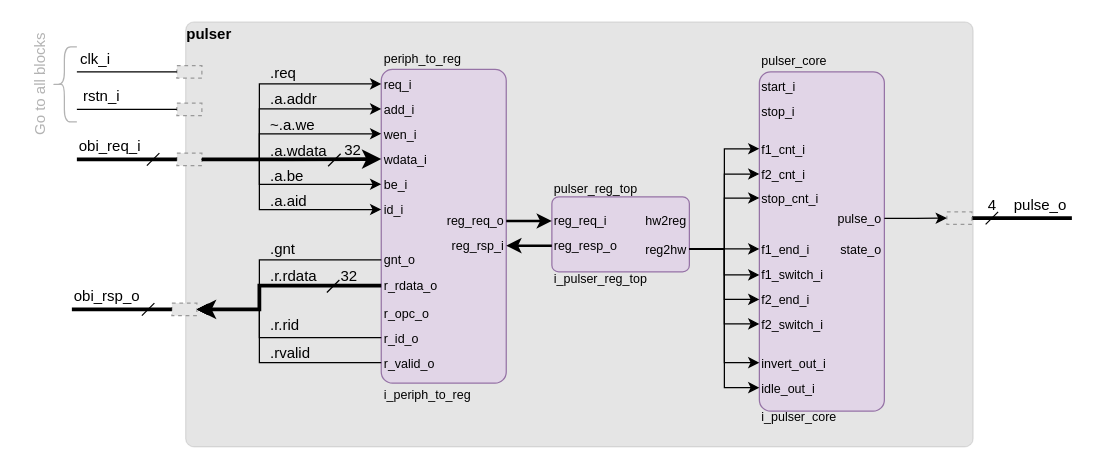
This is doc/bd_single_pulser.drawio from nicoca20/pulser, a draw.io file, before an edit. Source tidied: cells renumbered, new cells numbered last; positions are measured from the earlier drawing's top-left corner, leaving out a move shared by most shapes. Both pictures are drawn from the tidied source at 125%, with x=0, y=0 at pixel (-16, 21). Pictures stored in the file or linked from it are replaced by grey dashed boxes.
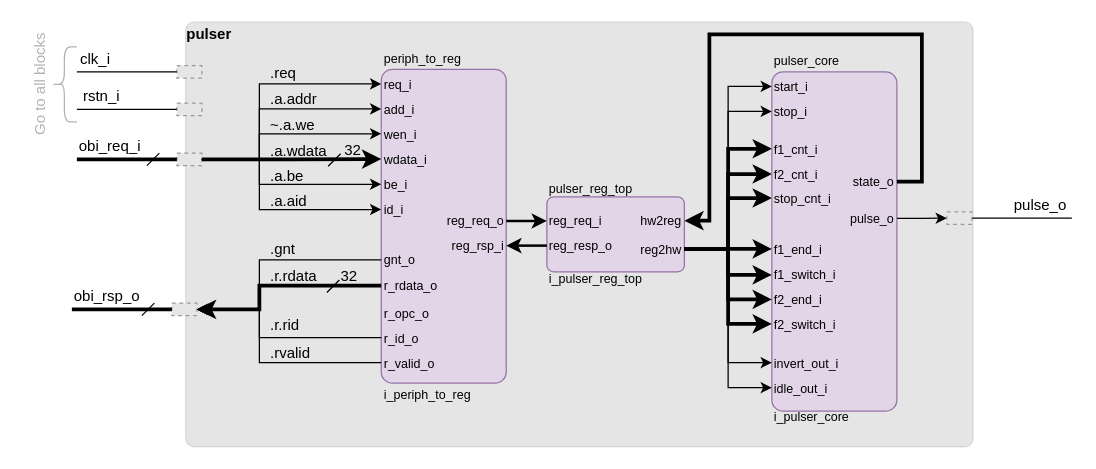
Above is the later version.

Unchanged cells that the change refers to:
```xml
<mxCell id="13" style="group;" parent="1" vertex="1">
  <mxGeometry x="770" y="132" width="100" height="30" as="geometry" />
</mxCell>
<mxCell id="31" value="&lt;font style=&quot;font-size: 10px;&quot;&gt;reg2hw&lt;/font&gt;" style="text;html=1;strokeColor=none;fillColor=none;align=right;verticalAlign=middle;whiteSpace=wrap;rounded=0;" parent="27" vertex="1">
  <mxGeometry x="79.2" y="46.6" width="30.8" height="10" as="geometry" />
</mxCell>
<mxCell id="34" value="&lt;font style=&quot;font-size: 10px;&quot;&gt;hw2reg&lt;/font&gt;" style="text;html=1;strokeColor=none;fillColor=none;align=right;verticalAlign=middle;whiteSpace=wrap;rounded=0;" parent="27" vertex="1">
  <mxGeometry x="64.6" y="24" width="45.4" height="10" as="geometry" />
</mxCell>
<mxCell id="87" value="&lt;font style=&quot;font-size: 10px;&quot;&gt;start_i&lt;/font&gt;" style="text;html=1;strokeColor=none;fillColor=none;align=left;verticalAlign=middle;whiteSpace=wrap;rounded=0;" parent="83" vertex="1">
  <mxGeometry y="24" width="60" height="13.2" as="geometry" />
</mxCell>
<mxCell id="88" value="&lt;font style=&quot;font-size: 10px;&quot;&gt;stop_i&lt;/font&gt;" style="text;html=1;strokeColor=none;fillColor=none;align=left;verticalAlign=middle;whiteSpace=wrap;rounded=0;" parent="83" vertex="1">
  <mxGeometry y="44" width="60" height="13.2" as="geometry" />
</mxCell>
<mxCell id="89" value="&lt;font style=&quot;font-size: 10px;&quot;&gt;f1_cnt_i&lt;/font&gt;" style="text;html=1;strokeColor=none;fillColor=none;align=left;verticalAlign=middle;whiteSpace=wrap;rounded=0;" parent="83" vertex="1">
  <mxGeometry y="73.9" width="60" height="13.2" as="geometry" />
</mxCell>
<mxCell id="90" value="&lt;font style=&quot;font-size: 10px;&quot;&gt;f2_cnt_i&lt;/font&gt;" style="text;html=1;strokeColor=none;fillColor=none;align=left;verticalAlign=middle;whiteSpace=wrap;rounded=0;" parent="83" vertex="1">
  <mxGeometry y="94.1" width="60" height="13.2" as="geometry" />
</mxCell>
<mxCell id="91" value="&lt;font style=&quot;font-size: 10px;&quot;&gt;stop_cnt_i&lt;/font&gt;" style="text;html=1;strokeColor=none;fillColor=none;align=left;verticalAlign=middle;whiteSpace=wrap;rounded=0;" parent="83" vertex="1">
  <mxGeometry y="113.3" width="60" height="13.2" as="geometry" />
</mxCell>
<mxCell id="92" value="&lt;font style=&quot;font-size: 10px;&quot;&gt;f1_end_i&lt;/font&gt;" style="text;html=1;strokeColor=none;fillColor=none;align=left;verticalAlign=middle;whiteSpace=wrap;rounded=0;" parent="83" vertex="1">
  <mxGeometry y="154" width="60" height="13.2" as="geometry" />
</mxCell>
<mxCell id="93" value="&lt;font style=&quot;font-size: 10px;&quot;&gt;f1_switch_i&lt;/font&gt;" style="text;html=1;strokeColor=none;fillColor=none;align=left;verticalAlign=middle;whiteSpace=wrap;rounded=0;" parent="83" vertex="1">
  <mxGeometry y="174.8" width="60" height="13.2" as="geometry" />
</mxCell>
<mxCell id="94" value="&lt;font style=&quot;font-size: 10px;&quot;&gt;f2_end_i&lt;/font&gt;" style="text;html=1;strokeColor=none;fillColor=none;align=left;verticalAlign=middle;whiteSpace=wrap;rounded=0;" parent="83" vertex="1">
  <mxGeometry y="194" width="60" height="14" as="geometry" />
</mxCell>
<mxCell id="95" value="&lt;font style=&quot;font-size: 10px;&quot;&gt;f2_switch_i&lt;/font&gt;" style="text;html=1;strokeColor=none;fillColor=none;align=left;verticalAlign=middle;whiteSpace=wrap;rounded=0;" parent="83" vertex="1">
  <mxGeometry y="214" width="60" height="13.2" as="geometry" />
</mxCell>
```

Diff of the diagram source:
```diff
@@
-    <mxCell id="14" style="endArrow=none;html=1;rounded=0;" parent="13" edge="1">
-      <mxGeometry relative="1" as="geometry">
-        <mxPoint x="31" y="30" as="sourcePoint" />
-        <mxPoint x="41" y="20" as="targetPoint" />
-      </mxGeometry>
-    </mxCell>
-    <mxCell id="15" value="4" style="text;html=1;align=center;verticalAlign=middle;strokeColor=none;fillColor=none;" parent="13" vertex="1">
-      <mxGeometry x="21" width="30" height="30" as="geometry" />
-    </mxCell>
-    <mxCell id="16" style="endArrow=none;html=1;rounded=0;endFill=0;strokeWidth=3;" parent="13" edge="1">
+    <mxCell id="16" style="endArrow=none;html=1;rounded=0;endFill=0;strokeWidth=1;" parent="13" edge="1">
       <mxGeometry relative="1" as="geometry">
         <mxPoint x="20" y="25" as="sourcePoint" />
         <mxPoint x="100" y="25" as="targetPoint" />
       </mxGeometry>
     </mxCell>
@@
     <mxCell id="27" style="group;" parent="1" vertex="1">
-      <mxGeometry x="454" y="130" width="110" height="100" as="geometry" />
+      <mxGeometry x="450" y="130" width="110" height="100" as="geometry" />
     </mxCell>
@@
     <mxCell id="83" style="group;" parent="1" vertex="1">
-      <mxGeometry x="620" y="21" width="100" height="303" as="geometry" />
+      <mxGeometry x="630" y="21" width="100" height="303" as="geometry" />
     </mxCell>
@@
     <mxCell id="99" value="&lt;font style=&quot;font-size: 10px;&quot;&gt;state_o&lt;/font&gt;" style="text;html=1;strokeColor=none;fillColor=none;align=right;verticalAlign=middle;whiteSpace=wrap;rounded=0;" parent="83" vertex="1">
-      <mxGeometry x="50" y="154" width="50" height="13.2" as="geometry" />
+      <mxGeometry x="50" y="100.1" width="50" height="13.2" as="geometry" />
     </mxCell>
@@
-    <mxCell id="104" style="edgeStyle=orthogonalEdgeStyle;rounded=0;jettySize=auto;html=1;exitX=1;exitY=0.5;exitDx=0;exitDy=0;entryX=0;entryY=0.5;entryDx=0;entryDy=0;strokeWidth=1;" parent="1" edge="1" source="31" target="89">
+    <mxCell id="104" style="edgeStyle=orthogonalEdgeStyle;rounded=0;jettySize=auto;html=1;exitX=1;exitY=0.5;exitDx=0;exitDy=0;entryX=0;entryY=0.5;entryDx=0;entryDy=0;strokeWidth=3;" parent="1" edge="1" source="31" target="89">
       <mxGeometry relative="1" as="geometry" />
     </mxCell>
-    <mxCell id="105" style="edgeStyle=orthogonalEdgeStyle;rounded=0;jettySize=auto;html=1;exitX=1;exitY=0.5;exitDx=0;exitDy=0;entryX=0;entryY=0.5;entryDx=0;entryDy=0;strokeWidth=1;" parent="1" edge="1" source="31" target="90">
+    <mxCell id="105" style="edgeStyle=orthogonalEdgeStyle;rounded=0;jettySize=auto;html=1;exitX=1;exitY=0.5;exitDx=0;exitDy=0;entryX=0;entryY=0.5;entryDx=0;entryDy=0;strokeWidth=3;" parent="1" edge="1" source="31" target="90">
       <mxGeometry relative="1" as="geometry" />
     </mxCell>
-    <mxCell id="106" style="edgeStyle=orthogonalEdgeStyle;rounded=0;jettySize=auto;html=1;exitX=1;exitY=0.5;exitDx=0;exitDy=0;entryX=0;entryY=0.5;entryDx=0;entryDy=0;strokeWidth=1;" parent="1" edge="1" source="31" target="91">
+    <mxCell id="106" style="edgeStyle=orthogonalEdgeStyle;rounded=0;jettySize=auto;html=1;exitX=1;exitY=0.5;exitDx=0;exitDy=0;entryX=0;entryY=0.5;entryDx=0;entryDy=0;strokeWidth=3;" parent="1" edge="1" source="31" target="91">
       <mxGeometry relative="1" as="geometry" />
     </mxCell>
-    <mxCell id="107" style="edgeStyle=orthogonalEdgeStyle;rounded=0;jettySize=auto;html=1;exitX=1;exitY=0.5;exitDx=0;exitDy=0;entryX=0;entryY=0.5;entryDx=0;entryDy=0;strokeWidth=1;" parent="1" edge="1" source="31" target="92">
+    <mxCell id="107" style="edgeStyle=orthogonalEdgeStyle;rounded=0;jettySize=auto;html=1;exitX=1;exitY=0.5;exitDx=0;exitDy=0;entryX=0;entryY=0.5;entryDx=0;entryDy=0;strokeWidth=3;" parent="1" edge="1" source="31" target="92">
       <mxGeometry relative="1" as="geometry" />
     </mxCell>
-    <mxCell id="108" style="edgeStyle=orthogonalEdgeStyle;rounded=0;jettySize=auto;html=1;exitX=1;exitY=0.5;exitDx=0;exitDy=0;entryX=0;entryY=0.5;entryDx=0;entryDy=0;strokeWidth=1;" parent="1" edge="1" source="31" target="93">
+    <mxCell id="108" style="edgeStyle=orthogonalEdgeStyle;rounded=0;jettySize=auto;html=1;exitX=1;exitY=0.5;exitDx=0;exitDy=0;entryX=0;entryY=0.5;entryDx=0;entryDy=0;strokeWidth=3;" parent="1" edge="1" source="31" target="93">
       <mxGeometry relative="1" as="geometry" />
     </mxCell>
-    <mxCell id="109" style="edgeStyle=orthogonalEdgeStyle;rounded=0;jettySize=auto;html=1;exitX=1;exitY=0.5;exitDx=0;exitDy=0;entryX=0;entryY=0.5;entryDx=0;entryDy=0;strokeWidth=1;" parent="1" edge="1" source="31" target="94">
+    <mxCell id="109" style="edgeStyle=orthogonalEdgeStyle;rounded=0;jettySize=auto;html=1;exitX=1;exitY=0.5;exitDx=0;exitDy=0;entryX=0;entryY=0.5;entryDx=0;entryDy=0;strokeWidth=3;" parent="1" edge="1" source="31" target="94">
       <mxGeometry relative="1" as="geometry" />
     </mxCell>
-    <mxCell id="110" style="edgeStyle=orthogonalEdgeStyle;rounded=0;jettySize=auto;html=1;exitX=1;exitY=0.5;exitDx=0;exitDy=0;entryX=0;entryY=0.5;entryDx=0;entryDy=0;strokeWidth=1;" parent="1" edge="1" source="31" target="95">
+    <mxCell id="110" style="edgeStyle=orthogonalEdgeStyle;rounded=0;jettySize=auto;html=1;exitX=1;exitY=0.5;exitDx=0;exitDy=0;entryX=0;entryY=0.5;entryDx=0;entryDy=0;strokeWidth=3;" parent="1" edge="1" source="31" target="95">
       <mxGeometry relative="1" as="geometry" />
     </mxCell>
@@
+    <mxCell id="113" style="edgeStyle=orthogonalEdgeStyle;rounded=0;jettySize=auto;html=1;exitX=1;exitY=0.5;exitDx=0;exitDy=0;entryX=0;entryY=0.5;entryDx=0;entryDy=0;strokeWidth=1;" parent="1" edge="1" source="31" target="88">
+      <mxGeometry relative="1" as="geometry" />
+    </mxCell>
+    <mxCell id="114" style="edgeStyle=orthogonalEdgeStyle;rounded=0;jettySize=auto;html=1;exitX=1;exitY=0.5;exitDx=0;exitDy=0;entryX=0;entryY=0.5;entryDx=0;entryDy=0;strokeWidth=1;" parent="1" edge="1" source="31" target="87">
+      <mxGeometry relative="1" as="geometry" />
+    </mxCell>
+    <mxCell id="115" style="edgeStyle=orthogonalEdgeStyle;rounded=0;jettySize=auto;html=1;exitX=1;exitY=0.5;exitDx=0;exitDy=0;entryX=1;entryY=0.5;entryDx=0;entryDy=0;strokeWidth=3;" parent="1" edge="1" source="99" target="34">
+      <mxGeometry relative="1" as="geometry">
+        <Array as="points">
+          <mxPoint x="750" y="128" />
+          <mxPoint x="750" y="10" />
+          <mxPoint x="580" y="10" />
+          <mxPoint x="580" y="159" />
+        </Array>
+      </mxGeometry>
+    </mxCell>
```
